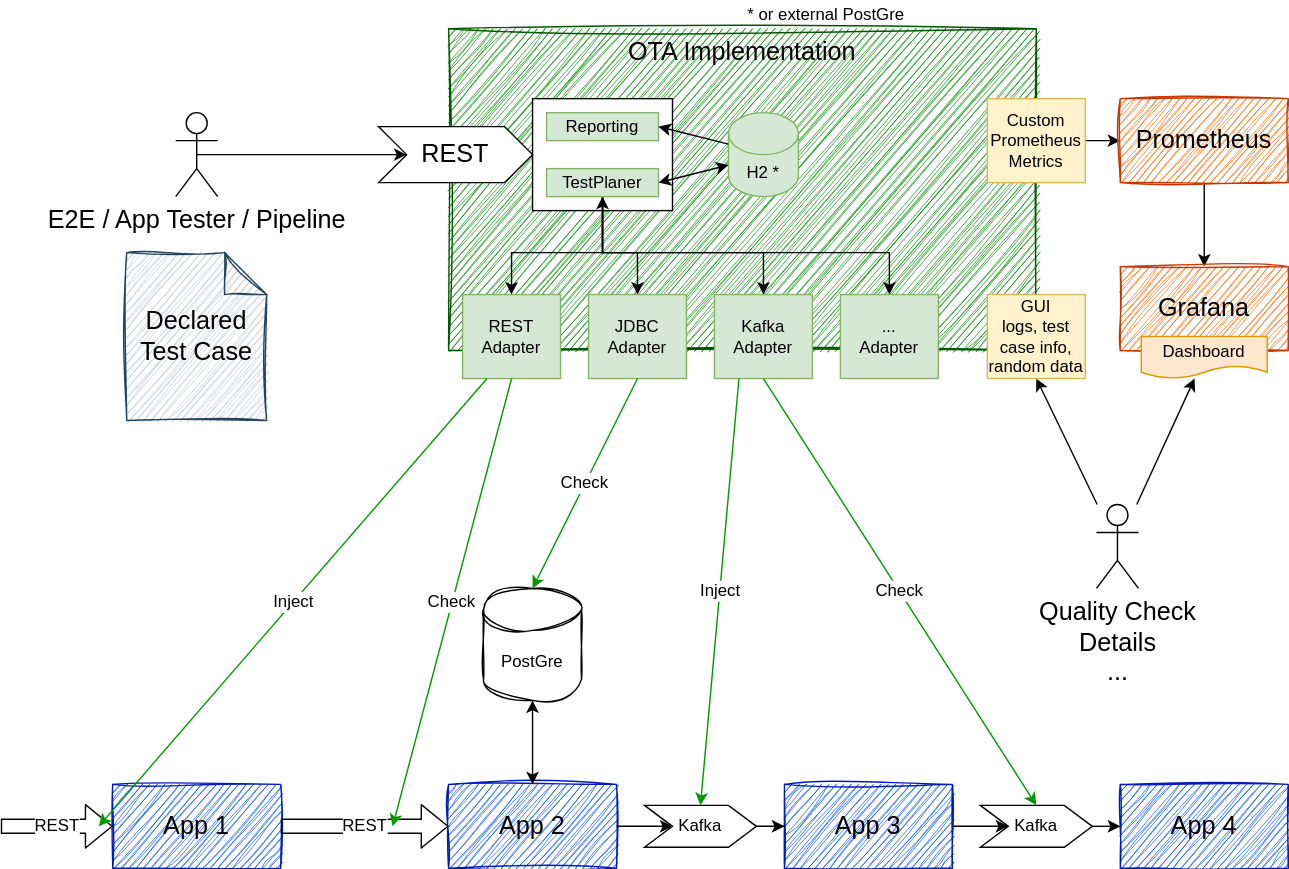
The draw.io diagram architecture/ota.drawio.svg in opentestingapi/impl_java, before a commit. Source tidied: cells renumbered, new cells last; positions are measured from the earlier drawing's top-left corner, leaving out a move shared by most shapes. Source of this version:
```xml
<mxGraphModel>
  <root>
    <mxCell id="0" />
    <mxCell id="1" parent="0" />
    <mxCell id="2" value="&lt;font color=&quot;#050000&quot;&gt;OTA Implementation&lt;/font&gt;" style="rounded=0;whiteSpace=wrap;html=1;fontSize=18;fillColor=#008a00;strokeColor=#005700;fontColor=#ffffff;verticalAlign=top;sketch=1;curveFitting=1;jiggle=2;shadow=0;glass=0;" parent="1" vertex="1">
      <mxGeometry x="320" y="20" width="420" height="230" as="geometry" />
    </mxCell>
    <mxCell id="3" style="rounded=0;whiteSpace=wrap;html=1;fontSize=12;" parent="1" vertex="1">
      <mxGeometry x="380" y="70" width="100" height="80" as="geometry" />
    </mxCell>
    <mxCell id="4" value="App 3" style="rounded=0;whiteSpace=wrap;html=1;fillColor=#0050ef;strokeColor=#001DBC;fontColor=#000000;fontSize=18;sketch=1;curveFitting=1;jiggle=2;" parent="1" vertex="1">
      <mxGeometry x="560" y="560" width="120" height="60" as="geometry" />
    </mxCell>
    <mxCell id="5" value="App 1" style="rounded=0;whiteSpace=wrap;html=1;fillColor=#0050ef;strokeColor=#001DBC;fontColor=#000000;fontSize=18;sketch=1;curveFitting=1;jiggle=2;" parent="1" vertex="1">
      <mxGeometry x="80" y="560" width="120" height="60" as="geometry" />
    </mxCell>
    <mxCell id="6" value="App 2" style="rounded=0;whiteSpace=wrap;html=1;fillColor=#0050ef;strokeColor=#001DBC;fontColor=#000000;fontSize=18;sketch=1;curveFitting=1;jiggle=2;" parent="1" vertex="1">
      <mxGeometry x="320" y="560" width="120" height="60" as="geometry" />
    </mxCell>
    <mxCell id="7" value="App 4" style="rounded=0;whiteSpace=wrap;html=1;fillColor=#0050ef;strokeColor=#001DBC;fontColor=#000000;fontSize=18;sketch=1;curveFitting=1;jiggle=2;" parent="1" vertex="1">
      <mxGeometry x="800" y="560" width="120" height="60" as="geometry" />
    </mxCell>
    <mxCell id="8" style="edgeStyle=orthogonalEdgeStyle;rounded=0;jettySize=auto;html=1;exitX=0.5;exitY=0.5;exitDx=0;exitDy=0;exitPerimeter=0;entryX=0;entryY=0.5;entryDx=0;entryDy=0;fontSize=18;" parent="1" edge="1" source="9" target="10">
      <mxGeometry relative="1" as="geometry" />
    </mxCell>
    <mxCell id="9" value="E2E / App Tester / Pipeline" style="shape=umlActor;verticalLabelPosition=bottom;verticalAlign=top;html=1;outlineConnect=0;fontSize=18;" parent="1" vertex="1">
      <mxGeometry x="125" y="80" width="30" height="60" as="geometry" />
    </mxCell>
    <mxCell id="10" value="REST" style="shape=step;perimeter=stepPerimeter;whiteSpace=wrap;html=1;fixedSize=1;fontSize=18;" parent="1" vertex="1">
      <mxGeometry x="270" y="90" width="110" height="40" as="geometry" />
    </mxCell>
    <mxCell id="11" value="Declared Test Case&amp;nbsp;" style="shape=note;whiteSpace=wrap;html=1;backgroundOutline=1;darkOpacity=0.05;fontSize=18;fillColor=#bac8d3;strokeColor=#23445d;fontColor=#000000;sketch=1;curveFitting=1;jiggle=2;" parent="1" vertex="1">
      <mxGeometry x="90" y="180" width="100" height="120" as="geometry" />
    </mxCell>
    <mxCell id="12" value="REST Adapter" style="rounded=0;whiteSpace=wrap;html=1;fontSize=12;fillColor=#d5e8d4;strokeColor=#82b366;fontColor=#000000;" parent="1" vertex="1">
      <mxGeometry x="330" y="210" width="70" height="60" as="geometry" />
    </mxCell>
    <mxCell id="13" value="JDBC Adapter" style="rounded=0;whiteSpace=wrap;html=1;fontSize=12;fillColor=#d5e8d4;strokeColor=#82b366;fontColor=#000000;" parent="1" vertex="1">
      <mxGeometry x="420" y="210" width="70" height="60" as="geometry" />
    </mxCell>
    <mxCell id="14" value="Kafka Adapter" style="rounded=0;whiteSpace=wrap;html=1;fontSize=12;fillColor=#d5e8d4;strokeColor=#82b366;fontColor=#000000;" parent="1" vertex="1">
      <mxGeometry x="510" y="210" width="70" height="60" as="geometry" />
    </mxCell>
    <mxCell id="15" value="... &lt;br&gt;Adapter" style="rounded=0;whiteSpace=wrap;html=1;fontSize=12;fillColor=#d5e8d4;strokeColor=#82b366;fontColor=#000000;" parent="1" vertex="1">
      <mxGeometry x="600" y="210" width="70" height="60" as="geometry" />
    </mxCell>
    <mxCell id="16" value="PostGre" style="shape=cylinder3;whiteSpace=wrap;html=1;boundedLbl=1;backgroundOutline=1;size=15;fontSize=12;sketch=1;curveFitting=1;jiggle=2;" parent="1" vertex="1">
      <mxGeometry x="345" y="420" width="70" height="80" as="geometry" />
    </mxCell>
    <mxCell id="17" value="REST" style="shape=flexArrow;endArrow=classic;html=1;fontSize=12;entryX=0;entryY=0.5;entryDx=0;entryDy=0;" parent="1" edge="1" target="5">
      <mxGeometry relative="1" as="geometry">
        <mxPoint y="590" as="sourcePoint" />
      </mxGeometry>
    </mxCell>
    <mxCell id="18" value="REST" style="shape=flexArrow;endArrow=classic;html=1;fontSize=12;entryX=0;entryY=0.5;entryDx=0;entryDy=0;exitX=1;exitY=0.5;exitDx=0;exitDy=0;" parent="1" edge="1" source="5" target="6">
      <mxGeometry relative="1" as="geometry" />
    </mxCell>
    <mxCell id="19" style="endArrow=classic;startArrow=classic;html=1;fontSize=12;exitX=0.5;exitY=0;exitDx=0;exitDy=0;entryX=0.5;entryY=1;entryDx=0;entryDy=0;entryPerimeter=0;" parent="1" edge="1" source="6" target="16">
      <mxGeometry relative="1" as="geometry" />
    </mxCell>
    <mxCell id="20" style="edgeStyle=orthogonalEdgeStyle;rounded=0;jettySize=auto;html=1;fontSize=12;" parent="1" edge="1" source="21" target="4">
      <mxGeometry relative="1" as="geometry" />
    </mxCell>
    <mxCell id="21" value="Kafka" style="shape=step;perimeter=stepPerimeter;whiteSpace=wrap;html=1;fixedSize=1;fontSize=12;" parent="1" vertex="1">
      <mxGeometry x="460" y="575" width="80" height="30" as="geometry" />
    </mxCell>
    <mxCell id="22" style="endArrow=classic;html=1;fontSize=12;exitX=1;exitY=0.5;exitDx=0;exitDy=0;entryX=0;entryY=0.5;entryDx=0;entryDy=0;" parent="1" edge="1" source="6" target="21">
      <mxGeometry relative="1" as="geometry" />
    </mxCell>
    <mxCell id="23" value="Inject" style="endArrow=classic;html=1;fontSize=12;strokeColor=#009900;exitX=0.25;exitY=1;exitDx=0;exitDy=0;" parent="1" edge="1" source="12">
      <mxGeometry relative="1" as="geometry">
        <mxPoint x="70" y="590" as="targetPoint" />
      </mxGeometry>
    </mxCell>
    <mxCell id="24" value="Check" style="endArrow=classic;html=1;fontSize=12;strokeColor=#009900;exitX=0.5;exitY=1;exitDx=0;exitDy=0;" parent="1" edge="1" source="12">
      <mxGeometry relative="1" as="geometry">
        <mxPoint x="280" y="590" as="targetPoint" />
      </mxGeometry>
    </mxCell>
    <mxCell id="25" value="Check" style="endArrow=classic;html=1;fontSize=12;strokeColor=#009900;exitX=0.5;exitY=1;exitDx=0;exitDy=0;entryX=0.5;entryY=0;entryDx=0;entryDy=0;entryPerimeter=0;" parent="1" edge="1" source="13" target="16">
      <mxGeometry relative="1" as="geometry" />
    </mxCell>
    <mxCell id="26" value="Kafka" style="shape=step;perimeter=stepPerimeter;whiteSpace=wrap;html=1;fixedSize=1;fontSize=12;" parent="1" vertex="1">
      <mxGeometry x="700" y="575" width="80" height="30" as="geometry" />
    </mxCell>
    <mxCell id="27" style="edgeStyle=orthogonalEdgeStyle;rounded=0;jettySize=auto;html=1;fontSize=12;exitX=1;exitY=0.5;exitDx=0;exitDy=0;entryX=0;entryY=0.5;entryDx=0;entryDy=0;" parent="1" edge="1" source="26" target="7">
      <mxGeometry relative="1" as="geometry" />
    </mxCell>
    <mxCell id="28" style="endArrow=classic;html=1;fontSize=12;entryX=0;entryY=0.5;entryDx=0;entryDy=0;" parent="1" edge="1" target="26">
      <mxGeometry relative="1" as="geometry">
        <mxPoint x="680" y="590" as="sourcePoint" />
      </mxGeometry>
    </mxCell>
    <mxCell id="29" value="Inject" style="endArrow=classic;html=1;fontSize=12;strokeColor=#009900;exitX=0.25;exitY=1;exitDx=0;exitDy=0;entryX=0.5;entryY=0;entryDx=0;entryDy=0;" parent="1" edge="1" source="14" target="21">
      <mxGeometry relative="1" as="geometry" />
    </mxCell>
    <mxCell id="30" value="Check" style="endArrow=classic;html=1;fontSize=12;strokeColor=#009900;exitX=0.5;exitY=1;exitDx=0;exitDy=0;entryX=0.5;entryY=0;entryDx=0;entryDy=0;" parent="1" edge="1" source="14" target="26">
      <mxGeometry relative="1" as="geometry" />
    </mxCell>
    <mxCell id="31" style="edgeStyle=orthogonalEdgeStyle;rounded=0;jettySize=auto;html=1;entryX=0;entryY=0.5;entryDx=0;entryDy=0;fontSize=18;" parent="1" edge="1" source="32" target="34">
      <mxGeometry relative="1" as="geometry" />
    </mxCell>
    <mxCell id="32" value="Custom Prometheus Metrics" style="rounded=0;whiteSpace=wrap;html=1;fontSize=12;fillColor=#fff2cc;strokeColor=#d6b656;fontColor=#000000;" parent="1" vertex="1">
      <mxGeometry x="705" y="70" width="70" height="60" as="geometry" />
    </mxCell>
    <mxCell id="33" style="edgeStyle=orthogonalEdgeStyle;rounded=0;jettySize=auto;html=1;entryX=0.5;entryY=0;entryDx=0;entryDy=0;strokeColor=#000000;fontSize=18;" parent="1" edge="1" source="34" target="35">
      <mxGeometry relative="1" as="geometry" />
    </mxCell>
    <mxCell id="34" value="&lt;font color=&quot;#000000&quot;&gt;Prometheus&lt;/font&gt;" style="rounded=0;whiteSpace=wrap;html=1;fontSize=18;fillColor=#fa6800;strokeColor=#C73500;fontColor=#ffffff;sketch=1;curveFitting=1;jiggle=2;" parent="1" vertex="1">
      <mxGeometry x="800" y="70" width="120" height="60" as="geometry" />
    </mxCell>
    <mxCell id="35" value="&lt;font color=&quot;#000000&quot;&gt;Grafana&lt;/font&gt;" style="rounded=0;whiteSpace=wrap;html=1;fontSize=18;fillColor=#fa6800;strokeColor=#C73500;fontColor=#ffffff;sketch=1;curveFitting=1;jiggle=2;" parent="1" vertex="1">
      <mxGeometry x="800" y="190" width="120" height="60" as="geometry" />
    </mxCell>
    <mxCell id="36" style="edgeStyle=none;html=1;fontColor=#000000;strokeColor=#000000;" parent="1" edge="1" source="38" target="39">
      <mxGeometry relative="1" as="geometry" />
    </mxCell>
    <mxCell id="37" style="edgeStyle=none;html=1;entryX=0.5;entryY=1;entryDx=0;entryDy=0;fontColor=#000000;strokeColor=#000000;" parent="1" edge="1" source="38" target="50">
      <mxGeometry relative="1" as="geometry" />
    </mxCell>
    <mxCell id="38" value="Quality Check&lt;br&gt;Details&lt;br&gt;..." style="shape=umlActor;verticalLabelPosition=bottom;verticalAlign=top;html=1;outlineConnect=0;fontSize=18;" parent="1" vertex="1">
      <mxGeometry x="783" y="360" width="30" height="60" as="geometry" />
    </mxCell>
    <mxCell id="39" value="Dashboard" style="shape=document;whiteSpace=wrap;html=1;boundedLbl=1;fontSize=12;fillColor=#ffe6cc;strokeColor=#d79b00;fontColor=#000000;" parent="1" vertex="1">
      <mxGeometry x="815" y="240" width="90" height="30" as="geometry" />
    </mxCell>
    <mxCell id="40" style="edgeStyle=orthogonalEdgeStyle;rounded=0;jettySize=auto;html=1;entryX=0.5;entryY=0;entryDx=0;entryDy=0;startArrow=none;startFill=0;strokeColor=#000000;fontSize=12;" parent="1" edge="1" source="44" target="12">
      <mxGeometry relative="1" as="geometry">
        <Array as="points">
          <mxPoint x="430" y="180" />
          <mxPoint x="365" y="180" />
        </Array>
      </mxGeometry>
    </mxCell>
    <mxCell id="41" style="edgeStyle=orthogonalEdgeStyle;rounded=0;jettySize=auto;html=1;startArrow=none;startFill=0;strokeColor=#000000;fontSize=12;" parent="1" edge="1" source="44" target="13">
      <mxGeometry relative="1" as="geometry">
        <Array as="points">
          <mxPoint x="430" y="180" />
          <mxPoint x="455" y="180" />
        </Array>
      </mxGeometry>
    </mxCell>
    <mxCell id="42" style="edgeStyle=orthogonalEdgeStyle;rounded=0;jettySize=auto;html=1;startArrow=none;startFill=0;strokeColor=#000000;fontSize=12;" parent="1" edge="1" source="44" target="14">
      <mxGeometry relative="1" as="geometry">
        <Array as="points">
          <mxPoint x="430" y="180" />
          <mxPoint x="545" y="180" />
        </Array>
      </mxGeometry>
    </mxCell>
    <mxCell id="43" style="edgeStyle=orthogonalEdgeStyle;rounded=0;jettySize=auto;html=1;entryX=0.5;entryY=0;entryDx=0;entryDy=0;startArrow=classic;startFill=1;strokeColor=#000000;fontSize=12;" parent="1" edge="1" source="44" target="15">
      <mxGeometry relative="1" as="geometry">
        <Array as="points">
          <mxPoint x="430" y="180" />
          <mxPoint x="635" y="180" />
        </Array>
      </mxGeometry>
    </mxCell>
    <mxCell id="44" value="TestPlaner" style="rounded=0;whiteSpace=wrap;html=1;fontSize=12;fillColor=#d5e8d4;strokeColor=#82b366;fontColor=#000000;" parent="1" vertex="1">
      <mxGeometry x="390" y="120" width="80" height="20" as="geometry" />
    </mxCell>
    <mxCell id="45" value="Reporting" style="rounded=0;whiteSpace=wrap;html=1;fontSize=12;fillColor=#d5e8d4;strokeColor=#82b366;fontColor=#000000;" parent="1" vertex="1">
      <mxGeometry x="390" y="80" width="80" height="20" as="geometry" />
    </mxCell>
    <mxCell id="46" value="H2 *" style="shape=cylinder3;whiteSpace=wrap;html=1;boundedLbl=1;backgroundOutline=1;size=15;fontSize=12;fillColor=#d5e8d4;strokeColor=#82b366;fontColor=#000000;" parent="1" vertex="1">
      <mxGeometry x="520" y="80" width="50" height="60" as="geometry" />
    </mxCell>
    <mxCell id="47" style="endArrow=classic;startArrow=classic;html=1;strokeColor=#000000;fontSize=12;exitX=1;exitY=0.5;exitDx=0;exitDy=0;entryX=0;entryY=0;entryDx=0;entryDy=37.5;entryPerimeter=0;" parent="1" edge="1" source="44" target="46">
      <mxGeometry relative="1" as="geometry" />
    </mxCell>
    <mxCell id="48" style="endArrow=classic;startArrow=none;html=1;strokeColor=#000000;fontSize=12;exitX=0;exitY=0;exitDx=0;exitDy=22.5;exitPerimeter=0;startFill=0;entryX=1;entryY=0.5;entryDx=0;entryDy=0;" parent="1" edge="1" source="46" target="45">
      <mxGeometry relative="1" as="geometry" />
    </mxCell>
    <mxCell id="49" value="* or external PostGre" style="text;html=1;strokeColor=none;fillColor=none;align=center;verticalAlign=middle;whiteSpace=wrap;rounded=0;" parent="1" vertex="1">
      <mxGeometry x="530" width="120" height="20" as="geometry" />
    </mxCell>
    <mxCell id="50" value="GUI &lt;br&gt;logs, test case info, random data" style="rounded=0;whiteSpace=wrap;html=1;fontSize=12;fillColor=#fff2cc;strokeColor=#d6b656;fontColor=#000000;" parent="1" vertex="1">
      <mxGeometry x="705" y="210" width="70" height="60" as="geometry" />
    </mxCell>
  </root>
</mxGraphModel>
```
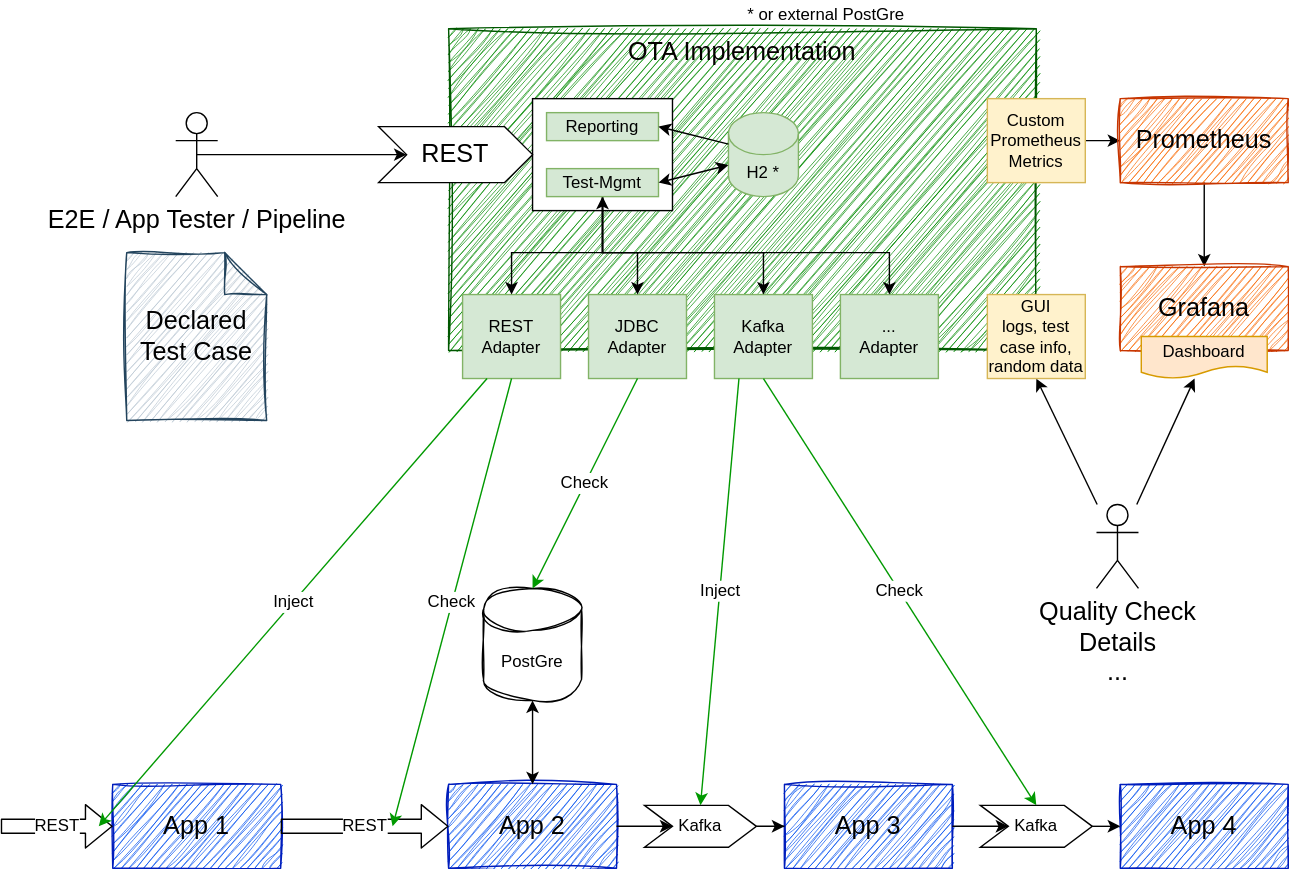
The same diagram one commit later.

Change to the diagram source:
```diff
@@ -156,7 +156,7 @@
         </Array>
       </mxGeometry>
     </mxCell>
-    <mxCell id="44" value="TestPlaner" style="rounded=0;whiteSpace=wrap;html=1;fontSize=12;fillColor=#d5e8d4;strokeColor=#82b366;fontColor=#000000;" parent="1" vertex="1">
+    <mxCell id="44" value="Test-Mgmt" style="rounded=0;whiteSpace=wrap;html=1;fontSize=12;fillColor=#d5e8d4;strokeColor=#82b366;fontColor=#000000;" parent="1" vertex="1">
       <mxGeometry x="390" y="120" width="80" height="20" as="geometry" />
     </mxCell>
     <mxCell id="45" value="Reporting" style="rounded=0;whiteSpace=wrap;html=1;fontSize=12;fillColor=#d5e8d4;strokeColor=#82b366;fontColor=#000000;" parent="1" vertex="1">
```
